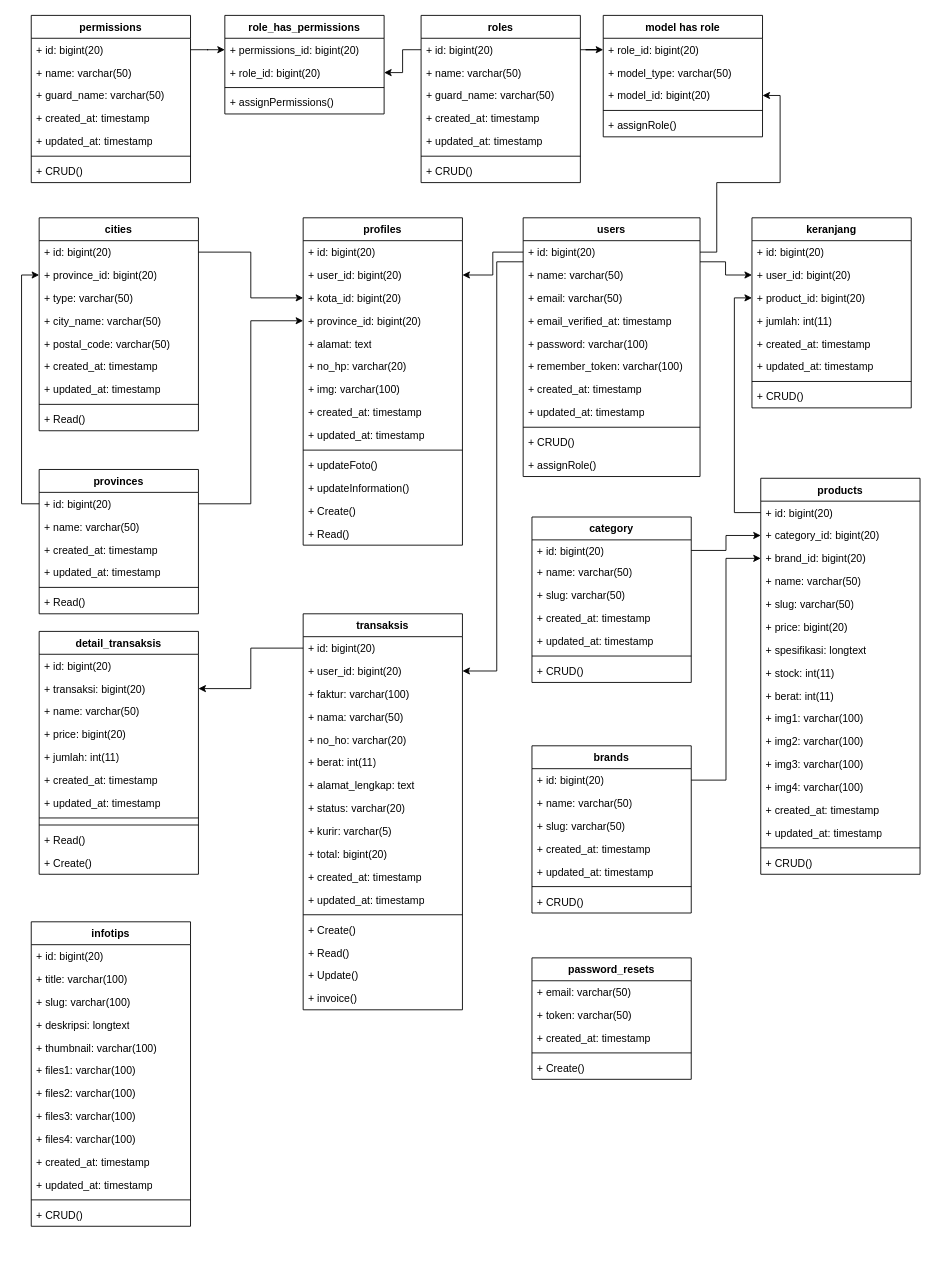
ThikerXCX/umltoko keeps this draw.io diagram as page "class" (2 of 2) of classdiagram.drawio. Above is the earlier version. Source tidied: cells renumbered, new cells numbered last; positions are measured from the earlier drawing's top-left corner, leaving out a move shared by most shapes. Both pictures are drawn from the tidied source at 88%, with x=0, y=0 at pixel (31, 15).
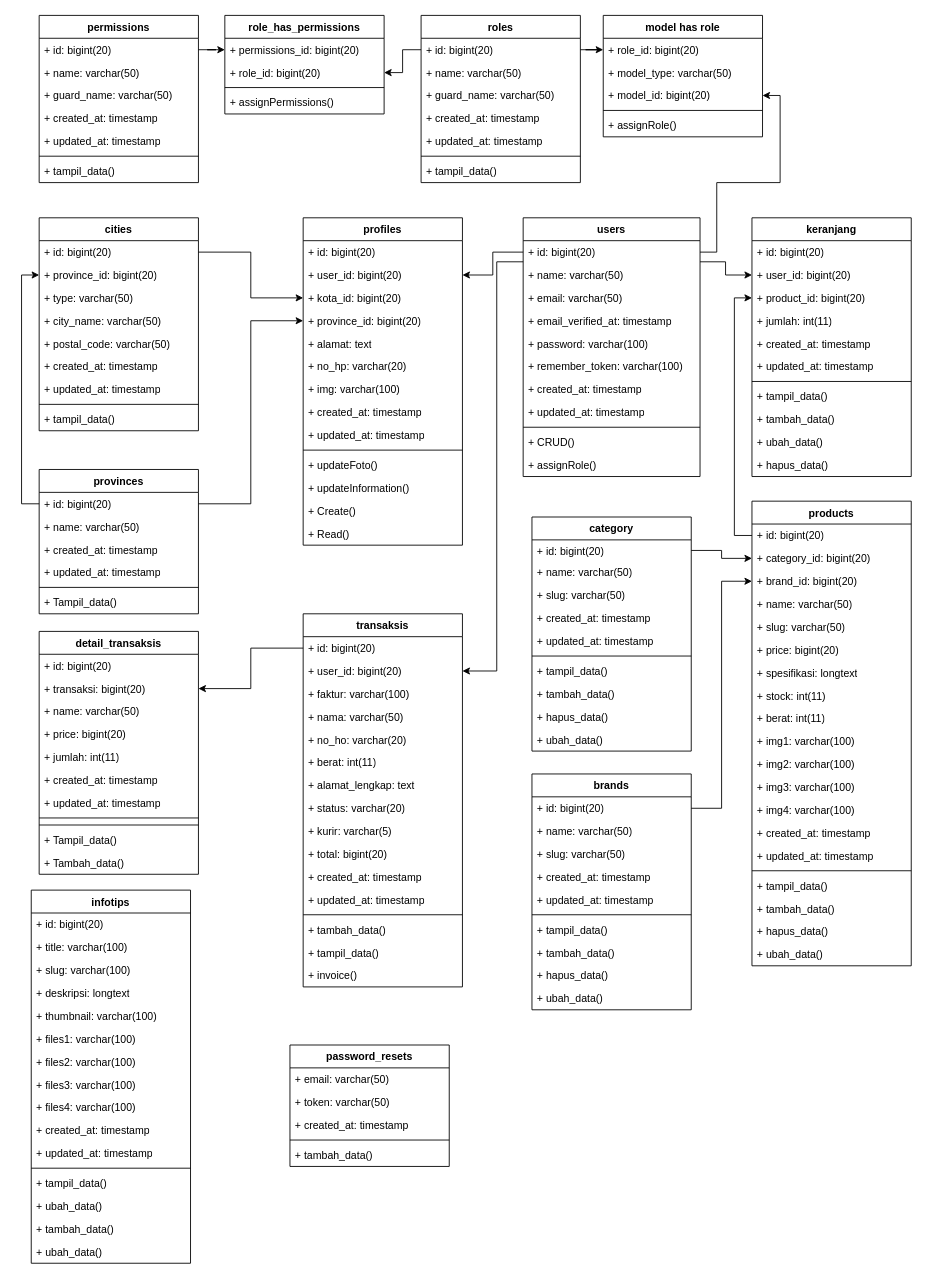
The same page after the edit.

Unchanged cells that the change refers to:
```xml
<mxCell id="56" value="cities" style="swimlane;fontStyle=1;align=center;verticalAlign=top;horizontal=1;startSize=26;whiteSpace=wrap;html=1;" parent="1" vertex="1">
  <mxGeometry x="9" y="230" width="181" height="242" as="geometry" />
</mxCell>
<mxCell id="114" value="detail_transaksis" style="swimlane;fontStyle=1;align=center;verticalAlign=top;horizontal=1;startSize=26;whiteSpace=wrap;html=1;" parent="1" vertex="1">
  <mxGeometry x="9" y="700" width="181" height="276" as="geometry" />
</mxCell>
<mxCell id="126" value="provinces" style="swimlane;fontStyle=1;align=center;verticalAlign=top;horizontal=1;startSize=26;whiteSpace=wrap;html=1;" parent="1" vertex="1">
  <mxGeometry x="9" y="516" width="181" height="164" as="geometry" />
</mxCell>
<mxCell id="146" value="roles" style="swimlane;fontStyle=1;align=center;verticalAlign=top;horizontal=1;startSize=26;whiteSpace=wrap;html=1;" parent="1" vertex="1">
  <mxGeometry x="443" width="181" height="190" as="geometry" />
</mxCell>
```

Change to the diagram source:
```diff
@@
     <mxCell id="29" value="keranjang" style="swimlane;fontStyle=1;align=center;verticalAlign=top;horizontal=1;startSize=26;whiteSpace=wrap;html=1;" parent="1" vertex="1">
-      <mxGeometry x="819" y="230" width="181" height="216" as="geometry" />
+      <mxGeometry x="819" y="230" width="181" height="294" as="geometry" />
     </mxCell>
@@
-    <mxCell id="37" value="+ CRUD()" style="text;strokeColor=none;fillColor=none;align=left;verticalAlign=top;spacingLeft=4;spacingRight=4;overflow=hidden;whiteSpace=wrap;html=1;" parent="29" vertex="1">
+    <mxCell id="37" value="+ tampil_data()" style="text;strokeColor=none;fillColor=none;align=left;verticalAlign=top;spacingLeft=4;spacingRight=4;overflow=hidden;whiteSpace=wrap;html=1;" parent="29" vertex="1">
       <mxGeometry y="190" width="181" height="26" as="geometry" />
     </mxCell>
+    <mxCell id="180" value="+ tambah_data()" style="text;strokeColor=none;fillColor=none;align=left;verticalAlign=top;spacingLeft=4;spacingRight=4;overflow=hidden;whiteSpace=wrap;html=1;" parent="29" vertex="1">
+      <mxGeometry y="216" width="181" height="26" as="geometry" />
+    </mxCell>
+    <mxCell id="181" value="+ ubah_data()" style="text;strokeColor=none;fillColor=none;align=left;verticalAlign=top;spacingLeft=4;spacingRight=4;overflow=hidden;whiteSpace=wrap;html=1;" parent="29" vertex="1">
+      <mxGeometry y="242" width="181" height="26" as="geometry" />
+    </mxCell>
+    <mxCell id="182" value="+ hapus_data()" style="text;strokeColor=none;fillColor=none;align=left;verticalAlign=top;spacingLeft=4;spacingRight=4;overflow=hidden;whiteSpace=wrap;html=1;" parent="29" vertex="1">
+      <mxGeometry y="268" width="181" height="26" as="geometry" />
+    </mxCell>
     <mxCell id="38" value="products" style="swimlane;fontStyle=1;align=center;verticalAlign=top;horizontal=1;startSize=26;whiteSpace=wrap;html=1;" parent="1" vertex="1">
-      <mxGeometry x="829" y="526" width="181" height="450" as="geometry" />
+      <mxGeometry x="819" y="552" width="181" height="528" as="geometry" />
     </mxCell>
@@
-    <mxCell id="55" value="+ CRUD()" style="text;strokeColor=none;fillColor=none;align=left;verticalAlign=top;spacingLeft=4;spacingRight=4;overflow=hidden;whiteSpace=wrap;html=1;" parent="38" vertex="1">
-      <mxGeometry y="424" width="181" height="26" as="geometry" />
-    </mxCell>
+    <mxCell id="183" value="+ tampil_data()" style="text;strokeColor=none;fillColor=none;align=left;verticalAlign=top;spacingLeft=4;spacingRight=4;overflow=hidden;whiteSpace=wrap;html=1;" parent="38" vertex="1">
+      <mxGeometry y="424" width="181" height="26" as="geometry" />
+    </mxCell>
+    <mxCell id="184" value="+ tambah_data()" style="text;strokeColor=none;fillColor=none;align=left;verticalAlign=top;spacingLeft=4;spacingRight=4;overflow=hidden;whiteSpace=wrap;html=1;" parent="38" vertex="1">
+      <mxGeometry y="450" width="181" height="26" as="geometry" />
+    </mxCell>
+    <mxCell id="185" value="+ hapus_data()" style="text;strokeColor=none;fillColor=none;align=left;verticalAlign=top;spacingLeft=4;spacingRight=4;overflow=hidden;whiteSpace=wrap;html=1;" parent="38" vertex="1">
+      <mxGeometry y="476" width="181" height="26" as="geometry" />
+    </mxCell>
+    <mxCell id="186" value="+ ubah_data()" style="text;strokeColor=none;fillColor=none;align=left;verticalAlign=top;spacingLeft=4;spacingRight=4;overflow=hidden;whiteSpace=wrap;html=1;" parent="38" vertex="1">
+      <mxGeometry y="502" width="181" height="26" as="geometry" />
+    </mxCell>
@@
-    <mxCell id="65" value="+ Read()" style="text;strokeColor=none;fillColor=none;align=left;verticalAlign=top;spacingLeft=4;spacingRight=4;overflow=hidden;whiteSpace=wrap;html=1;" parent="56" vertex="1">
+    <mxCell id="65" value="+ tampil_data()" style="text;strokeColor=none;fillColor=none;align=left;verticalAlign=top;spacingLeft=4;spacingRight=4;overflow=hidden;whiteSpace=wrap;html=1;" parent="56" vertex="1">
       <mxGeometry y="216" width="181" height="26" as="geometry" />
     </mxCell>
     <mxCell id="66" value="category" style="swimlane;fontStyle=1;align=center;verticalAlign=top;horizontal=1;startSize=26;whiteSpace=wrap;html=1;" parent="1" vertex="1">
-      <mxGeometry x="569" y="570" width="181" height="188" as="geometry" />
+      <mxGeometry x="569" y="570" width="181" height="266" as="geometry" />
     </mxCell>
@@
-    <mxCell id="73" value="+ CRUD()" style="text;strokeColor=none;fillColor=none;align=left;verticalAlign=top;spacingLeft=4;spacingRight=4;overflow=hidden;whiteSpace=wrap;html=1;" parent="66" vertex="1">
-      <mxGeometry y="162" width="181" height="26" as="geometry" />
-    </mxCell>
+    <mxCell id="187" value="+ tampil_data()" style="text;strokeColor=none;fillColor=none;align=left;verticalAlign=top;spacingLeft=4;spacingRight=4;overflow=hidden;whiteSpace=wrap;html=1;" parent="66" vertex="1">
+      <mxGeometry y="162" width="181" height="26" as="geometry" />
+    </mxCell>
+    <mxCell id="188" value="+ tambah_data()" style="text;strokeColor=none;fillColor=none;align=left;verticalAlign=top;spacingLeft=4;spacingRight=4;overflow=hidden;whiteSpace=wrap;html=1;" parent="66" vertex="1">
+      <mxGeometry y="188" width="181" height="26" as="geometry" />
+    </mxCell>
+    <mxCell id="189" value="+ hapus_data()" style="text;strokeColor=none;fillColor=none;align=left;verticalAlign=top;spacingLeft=4;spacingRight=4;overflow=hidden;whiteSpace=wrap;html=1;" parent="66" vertex="1">
+      <mxGeometry y="214" width="181" height="26" as="geometry" />
+    </mxCell>
+    <mxCell id="190" value="+ ubah_data()" style="text;strokeColor=none;fillColor=none;align=left;verticalAlign=top;spacingLeft=4;spacingRight=4;overflow=hidden;whiteSpace=wrap;html=1;" parent="66" vertex="1">
+      <mxGeometry y="240" width="181" height="26" as="geometry" />
+    </mxCell>
     <mxCell id="74" value="brands" style="swimlane;fontStyle=1;align=center;verticalAlign=top;horizontal=1;startSize=26;whiteSpace=wrap;html=1;" parent="1" vertex="1">
-      <mxGeometry x="569" y="830" width="181" height="190" as="geometry" />
+      <mxGeometry x="569" y="862" width="181" height="268" as="geometry" />
     </mxCell>
@@
-    <mxCell id="81" value="+ CRUD()" style="text;strokeColor=none;fillColor=none;align=left;verticalAlign=top;spacingLeft=4;spacingRight=4;overflow=hidden;whiteSpace=wrap;html=1;" parent="74" vertex="1">
-      <mxGeometry y="164" width="181" height="26" as="geometry" />
-    </mxCell>
+    <mxCell id="191" value="+ tampil_data()" style="text;strokeColor=none;fillColor=none;align=left;verticalAlign=top;spacingLeft=4;spacingRight=4;overflow=hidden;whiteSpace=wrap;html=1;" parent="74" vertex="1">
+      <mxGeometry y="164" width="181" height="26" as="geometry" />
+    </mxCell>
+    <mxCell id="192" value="+ tambah_data()" style="text;strokeColor=none;fillColor=none;align=left;verticalAlign=top;spacingLeft=4;spacingRight=4;overflow=hidden;whiteSpace=wrap;html=1;" parent="74" vertex="1">
+      <mxGeometry y="190" width="181" height="26" as="geometry" />
+    </mxCell>
+    <mxCell id="193" value="+ hapus_data()" style="text;strokeColor=none;fillColor=none;align=left;verticalAlign=top;spacingLeft=4;spacingRight=4;overflow=hidden;whiteSpace=wrap;html=1;" parent="74" vertex="1">
+      <mxGeometry y="216" width="181" height="26" as="geometry" />
+    </mxCell>
+    <mxCell id="194" value="+ ubah_data()" style="text;strokeColor=none;fillColor=none;align=left;verticalAlign=top;spacingLeft=4;spacingRight=4;overflow=hidden;whiteSpace=wrap;html=1;" parent="74" vertex="1">
+      <mxGeometry y="242" width="181" height="26" as="geometry" />
+    </mxCell>
     <mxCell id="82" value="infotips" style="swimlane;fontStyle=1;align=center;verticalAlign=top;horizontal=1;startSize=26;whiteSpace=wrap;html=1;" parent="1" vertex="1">
-      <mxGeometry y="1030" width="181" height="346" as="geometry" />
+      <mxGeometry y="994" width="181" height="424" as="geometry" />
     </mxCell>
@@
-    <mxCell id="95" value="+ CRUD()" style="text;strokeColor=none;fillColor=none;align=left;verticalAlign=top;spacingLeft=4;spacingRight=4;overflow=hidden;whiteSpace=wrap;html=1;" parent="82" vertex="1">
-      <mxGeometry y="320" width="181" height="26" as="geometry" />
-    </mxCell>
+    <mxCell id="195" value="+ tampil_data()" style="text;strokeColor=none;fillColor=none;align=left;verticalAlign=top;spacingLeft=4;spacingRight=4;overflow=hidden;whiteSpace=wrap;html=1;" parent="82" vertex="1">
+      <mxGeometry y="320" width="181" height="26" as="geometry" />
+    </mxCell>
+    <mxCell id="196" value="+ ubah_data()" style="text;strokeColor=none;fillColor=none;align=left;verticalAlign=top;spacingLeft=4;spacingRight=4;overflow=hidden;whiteSpace=wrap;html=1;" parent="82" vertex="1">
+      <mxGeometry y="346" width="181" height="26" as="geometry" />
+    </mxCell>
+    <mxCell id="197" value="+ tambah_data()" style="text;strokeColor=none;fillColor=none;align=left;verticalAlign=top;spacingLeft=4;spacingRight=4;overflow=hidden;whiteSpace=wrap;html=1;" parent="82" vertex="1">
+      <mxGeometry y="372" width="181" height="26" as="geometry" />
+    </mxCell>
+    <mxCell id="198" value="+ ubah_data()" style="text;strokeColor=none;fillColor=none;align=left;verticalAlign=top;spacingLeft=4;spacingRight=4;overflow=hidden;whiteSpace=wrap;html=1;" parent="82" vertex="1">
+      <mxGeometry y="398" width="181" height="26" as="geometry" />
+    </mxCell>
     <mxCell id="96" value="transaksis" style="swimlane;fontStyle=1;align=center;verticalAlign=top;horizontal=1;startSize=26;whiteSpace=wrap;html=1;" parent="1" vertex="1">
-      <mxGeometry x="309" y="680" width="181" height="450" as="geometry" />
+      <mxGeometry x="309" y="680" width="181" height="424" as="geometry" />
     </mxCell>
@@
-    <mxCell id="110" value="+ Create()" style="text;strokeColor=none;fillColor=none;align=left;verticalAlign=top;spacingLeft=4;spacingRight=4;overflow=hidden;whiteSpace=wrap;html=1;" parent="96" vertex="1">
-      <mxGeometry y="346" width="181" height="26" as="geometry" />
-    </mxCell>
-    <mxCell id="111" value="+ Read()" style="text;strokeColor=none;fillColor=none;align=left;verticalAlign=top;spacingLeft=4;spacingRight=4;overflow=hidden;whiteSpace=wrap;html=1;" parent="96" vertex="1">
-      <mxGeometry y="372" width="181" height="26" as="geometry" />
-    </mxCell>
-    <mxCell id="112" value="+ Update()" style="text;strokeColor=none;fillColor=none;align=left;verticalAlign=top;spacingLeft=4;spacingRight=4;overflow=hidden;whiteSpace=wrap;html=1;" parent="96" vertex="1">
-      <mxGeometry y="398" width="181" height="26" as="geometry" />
-    </mxCell>
+    <mxCell id="199" value="+ tambah_data()" style="text;strokeColor=none;fillColor=none;align=left;verticalAlign=top;spacingLeft=4;spacingRight=4;overflow=hidden;whiteSpace=wrap;html=1;" parent="96" vertex="1">
+      <mxGeometry y="346" width="181" height="26" as="geometry" />
+    </mxCell>
+    <mxCell id="200" value="+ tampil_data()" style="text;strokeColor=none;fillColor=none;align=left;verticalAlign=top;spacingLeft=4;spacingRight=4;overflow=hidden;whiteSpace=wrap;html=1;" parent="96" vertex="1">
+      <mxGeometry y="372" width="181" height="26" as="geometry" />
+    </mxCell>
     <mxCell id="113" value="+ invoice()" style="text;strokeColor=none;fillColor=none;align=left;verticalAlign=top;spacingLeft=4;spacingRight=4;overflow=hidden;whiteSpace=wrap;html=1;" parent="96" vertex="1">
-      <mxGeometry y="424" width="181" height="26" as="geometry" />
+      <mxGeometry y="398" width="181" height="26" as="geometry" />
     </mxCell>
@@
-    <mxCell id="124" value="+ Read()" style="text;strokeColor=none;fillColor=none;align=left;verticalAlign=top;spacingLeft=4;spacingRight=4;overflow=hidden;whiteSpace=wrap;html=1;" parent="114" vertex="1">
+    <mxCell id="124" value="+ Tampil_data()" style="text;strokeColor=none;fillColor=none;align=left;verticalAlign=top;spacingLeft=4;spacingRight=4;overflow=hidden;whiteSpace=wrap;html=1;" parent="114" vertex="1">
       <mxGeometry y="224" width="181" height="26" as="geometry" />
     </mxCell>
-    <mxCell id="125" value="+ Create()" style="text;strokeColor=none;fillColor=none;align=left;verticalAlign=top;spacingLeft=4;spacingRight=4;overflow=hidden;whiteSpace=wrap;html=1;" parent="114" vertex="1">
+    <mxCell id="125" value="+ Tambah_data()" style="text;strokeColor=none;fillColor=none;align=left;verticalAlign=top;spacingLeft=4;spacingRight=4;overflow=hidden;whiteSpace=wrap;html=1;" parent="114" vertex="1">
       <mxGeometry y="250" width="181" height="26" as="geometry" />
     </mxCell>
@@
-    <mxCell id="132" value="+ Read()" style="text;strokeColor=none;fillColor=none;align=left;verticalAlign=top;spacingLeft=4;spacingRight=4;overflow=hidden;whiteSpace=wrap;html=1;" parent="126" vertex="1">
+    <mxCell id="132" value="+ Tampil_data()" style="text;strokeColor=none;fillColor=none;align=left;verticalAlign=top;spacingLeft=4;spacingRight=4;overflow=hidden;whiteSpace=wrap;html=1;" parent="126" vertex="1">
       <mxGeometry y="138" width="181" height="26" as="geometry" />
     </mxCell>
     <mxCell id="133" value="permissions" style="swimlane;fontStyle=1;align=center;verticalAlign=top;horizontal=1;startSize=26;whiteSpace=wrap;html=1;" parent="1" vertex="1">
-      <mxGeometry width="181" height="190" as="geometry" />
+      <mxGeometry x="9" width="181" height="190" as="geometry" />
     </mxCell>
@@
-    <mxCell id="140" value="+ CRUD()" style="text;strokeColor=none;fillColor=none;align=left;verticalAlign=top;spacingLeft=4;spacingRight=4;overflow=hidden;whiteSpace=wrap;html=1;" parent="133" vertex="1">
+    <mxCell id="140" value="+ tampil_data()" style="text;strokeColor=none;fillColor=none;align=left;verticalAlign=top;spacingLeft=4;spacingRight=4;overflow=hidden;whiteSpace=wrap;html=1;" parent="133" vertex="1">
       <mxGeometry y="164" width="181" height="26" as="geometry" />
     </mxCell>
@@
-    <mxCell id="153" value="+ CRUD()" style="text;strokeColor=none;fillColor=none;align=left;verticalAlign=top;spacingLeft=4;spacingRight=4;overflow=hidden;whiteSpace=wrap;html=1;" parent="146" vertex="1">
+    <mxCell id="153" value="+ tampil_data()" style="text;strokeColor=none;fillColor=none;align=left;verticalAlign=top;spacingLeft=4;spacingRight=4;overflow=hidden;whiteSpace=wrap;html=1;" parent="146" vertex="1">
       <mxGeometry y="164" width="181" height="26" as="geometry" />
     </mxCell>
@@
     <mxCell id="160" value="password_resets" style="swimlane;fontStyle=1;align=center;verticalAlign=top;horizontal=1;startSize=26;whiteSpace=wrap;html=1;" parent="1" vertex="1">
-      <mxGeometry x="569" y="1071" width="181" height="138" as="geometry" />
+      <mxGeometry x="294" y="1170" width="181" height="138" as="geometry" />
     </mxCell>
@@
-    <mxCell id="165" value="+ Create()" style="text;strokeColor=none;fillColor=none;align=left;verticalAlign=top;spacingLeft=4;spacingRight=4;overflow=hidden;whiteSpace=wrap;html=1;" parent="160" vertex="1">
+    <mxCell id="165" value="+ tambah_data()" style="text;strokeColor=none;fillColor=none;align=left;verticalAlign=top;spacingLeft=4;spacingRight=4;overflow=hidden;whiteSpace=wrap;html=1;" parent="160" vertex="1">
       <mxGeometry y="112" width="181" height="26" as="geometry" />
     </mxCell>
```
